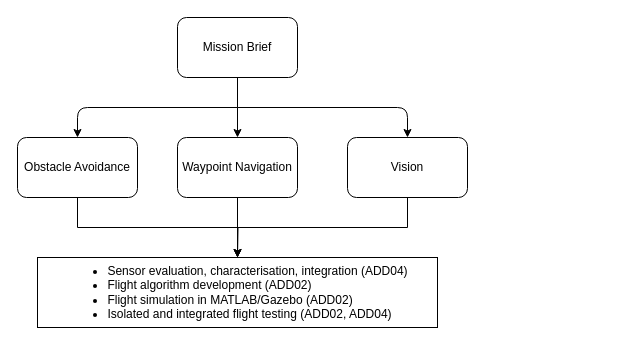
prasannawilliams/high-level-architecture keeps this draw.io diagram as Untitled Diagram.drawio. Above is the earlier version. Source tidied: cells renumbered, new cells numbered last; positions are measured from the earlier drawing's top-left corner, leaving out a move shared by most shapes. Both pictures are drawn from the tidied source at 100%, with x=0, y=0 at pixel (17, 17).
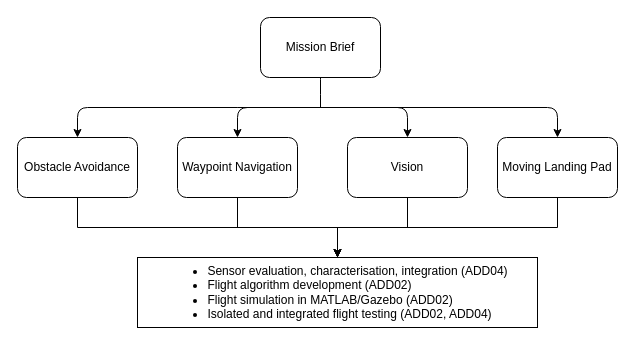
The same diagram, later.

Unchanged cells that the change refers to:
```xml
<mxCell id="5" value="Waypoint Navigation" style="rounded=1;whiteSpace=wrap;html=1;" parent="1" vertex="1">
  <mxGeometry x="160" y="120" width="120" height="60" as="geometry" />
</mxCell>
<mxCell id="8" value="Vision" style="rounded=1;whiteSpace=wrap;html=1;" parent="1" vertex="1">
  <mxGeometry x="330" y="120" width="120" height="60" as="geometry" />
</mxCell>
<mxCell id="11" value="Obstacle Avoidance" style="rounded=1;whiteSpace=wrap;html=1;" parent="1" vertex="1">
  <mxGeometry y="120" width="120" height="60" as="geometry" />
</mxCell>
```

What changed in the source:
```diff
@@
-    <mxCell id="2" style="edgeStyle=orthogonalEdgeStyle;rounded=0;jettySize=auto;html=1;" parent="1" edge="1" source="3">
-      <mxGeometry relative="1" as="geometry">
-        <mxPoint x="220" y="120" as="targetPoint" />
-        <Array as="points">
-          <mxPoint x="220" y="90" />
-          <mxPoint x="220" y="90" />
-        </Array>
-      </mxGeometry>
-    </mxCell>
+    <mxCell id="13" style="edgeStyle=none;curved=1;jettySize=auto;html=1;exitX=0.5;exitY=1;exitDx=0;exitDy=0;startArrow=none;startFill=0;endArrow=none;endFill=0;strokeColor=#000000;fontSize=12;" parent="1" edge="1" source="3">
+      <mxGeometry relative="1" as="geometry">
+        <mxPoint x="303" y="90" as="targetPoint" />
+      </mxGeometry>
+    </mxCell>
     <mxCell id="3" value="Mission Brief" style="rounded=1;whiteSpace=wrap;html=1;" parent="1" vertex="1">
-      <mxGeometry x="160" width="120" height="60" as="geometry" />
+      <mxGeometry x="243" width="120" height="60" as="geometry" />
     </mxCell>
-    <mxCell id="4" style="edgeStyle=orthogonalEdgeStyle;rounded=0;jettySize=auto;html=1;" parent="1" edge="1" source="5">
-      <mxGeometry relative="1" as="geometry">
-        <mxPoint x="220" y="240" as="targetPoint" />
-      </mxGeometry>
-    </mxCell>
@@
-    <mxCell id="7" style="edgeStyle=orthogonalEdgeStyle;rounded=0;jettySize=auto;html=1;" parent="1" edge="1" source="8">
+    <mxCell id="7" style="edgeStyle=orthogonalEdgeStyle;rounded=0;jettySize=auto;html=1;" parent="1" edge="1" source="8" target="12">
       <mxGeometry relative="1" as="geometry">
-        <mxPoint x="220" y="240" as="targetPoint" />
         <Array as="points">
           <mxPoint x="390" y="210" />
-          <mxPoint x="220" y="210" />
+          <mxPoint x="320" y="210" />
         </Array>
       </mxGeometry>
     </mxCell>
@@
-    <mxCell id="10" style="edgeStyle=orthogonalEdgeStyle;rounded=0;jettySize=auto;html=1;exitX=0.5;exitY=1;exitDx=0;exitDy=0;" parent="1" edge="1" source="11">
+    <mxCell id="10" style="edgeStyle=orthogonalEdgeStyle;rounded=0;jettySize=auto;html=1;exitX=0.5;exitY=1;exitDx=0;exitDy=0;entryX=0.5;entryY=0;entryDx=0;entryDy=0;" parent="1" edge="1" source="11" target="12">
       <mxGeometry relative="1" as="geometry">
-        <mxPoint x="220" y="240" as="targetPoint" />
+        <Array as="points">
+          <mxPoint x="60" y="210" />
+          <mxPoint x="320" y="210" />
+        </Array>
       </mxGeometry>
     </mxCell>
@@
     <mxCell id="12" value="&lt;div style=&quot;text-align: left&quot;&gt;&lt;ul&gt;&lt;li&gt;Sensor evaluation, characterisation, integration (ADD04)&lt;/li&gt;&lt;li&gt;Flight algorithm development (ADD02)&lt;/li&gt;&lt;li&gt;Flight simulation in MATLAB/Gazebo (ADD02)&lt;/li&gt;&lt;li&gt;Isolated and integrated flight testing (ADD02, ADD04)&lt;/li&gt;&lt;/ul&gt;&lt;/div&gt;&lt;div style=&quot;text-align: left&quot;&gt;&lt;/div&gt;" style="html=1;" parent="1" vertex="1">
-      <mxGeometry x="20" y="240" width="400" height="70" as="geometry" />
+      <mxGeometry x="120" y="240" width="400" height="70" as="geometry" />
     </mxCell>
+    <mxCell id="14" style="endArrow=classic;html=1;" parent="1" edge="1">
+      <mxGeometry relative="1" as="geometry">
+        <mxPoint x="220" y="90" as="sourcePoint" />
+        <mxPoint x="540" y="120" as="targetPoint" />
+        <Array as="points">
+          <mxPoint x="540" y="90" />
+        </Array>
+      </mxGeometry>
+    </mxCell>
+    <mxCell id="15" value="Moving Landing Pad" style="rounded=1;whiteSpace=wrap;html=1;" parent="1" vertex="1">
+      <mxGeometry x="480" y="120" width="120" height="60" as="geometry" />
+    </mxCell>
+    <mxCell id="16" style="edgeStyle=orthogonalEdgeStyle;rounded=0;jettySize=auto;html=1;entryX=0.5;entryY=0;entryDx=0;entryDy=0;" parent="1" edge="1" target="12">
+      <mxGeometry relative="1" as="geometry">
+        <mxPoint x="540" y="180" as="sourcePoint" />
+        <Array as="points">
+          <mxPoint x="540" y="210" />
+          <mxPoint x="320" y="210" />
+        </Array>
+      </mxGeometry>
+    </mxCell>
+    <mxCell id="17" style="edgeStyle=orthogonalEdgeStyle;rounded=0;jettySize=auto;html=1;entryX=0.5;entryY=0;entryDx=0;entryDy=0;exitX=0.5;exitY=1;exitDx=0;exitDy=0;" parent="1" edge="1" source="5">
+      <mxGeometry relative="1" as="geometry">
+        <mxPoint x="320" y="240" as="targetPoint" />
+        <Array as="points">
+          <mxPoint x="220" y="210" />
+          <mxPoint x="320" y="210" />
+        </Array>
+      </mxGeometry>
+    </mxCell>
+    <mxCell id="18" style="endArrow=classic;html=1;" parent="1" edge="1">
+      <mxGeometry relative="1" as="geometry">
+        <mxPoint x="380" y="90" as="sourcePoint" />
+        <mxPoint x="220" y="120" as="targetPoint" />
+        <Array as="points">
+          <mxPoint x="220" y="90" />
+        </Array>
+      </mxGeometry>
+    </mxCell>
```
